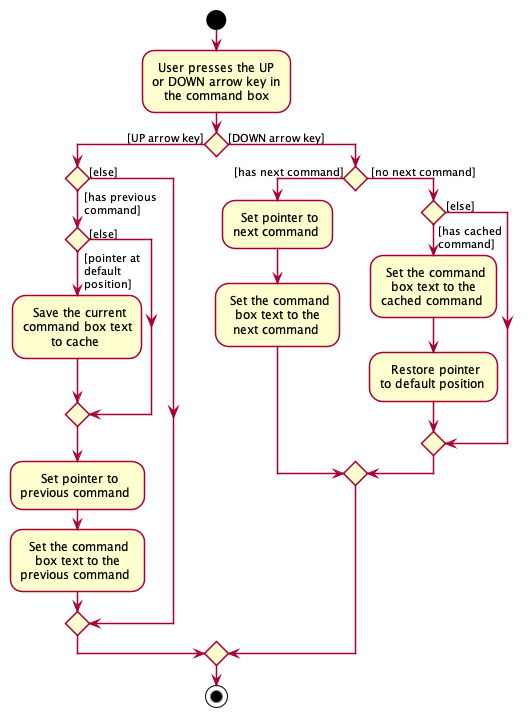
This is docs/images/CommandRecallActivityDiagram.png from ypinhsuan/tp, a PlantUML export, as it was before one commit.
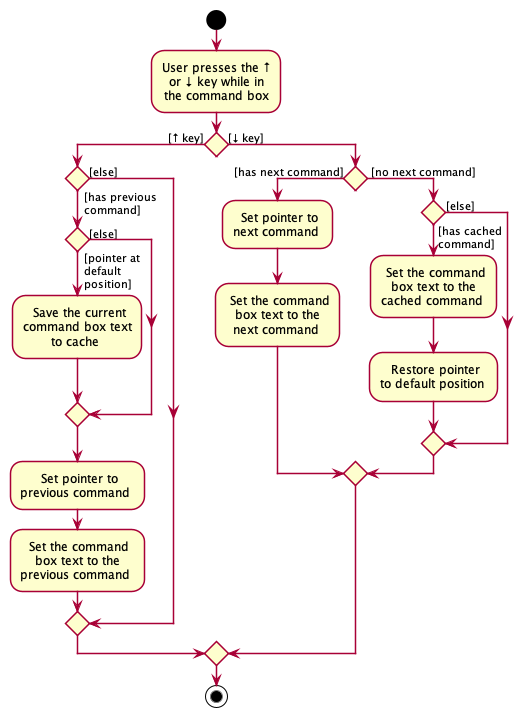
Later version of the same file.

What changed in the source:
```diff
@@ -50,12 +50,12 @@
 
 start
 
-:User presses the UP
-or DOWN arrow key in
+:User presses the ↑
+or ↓ key while in
 the command box;
 
 
-if () then ([UP arrow key])
+if () then ([↑ key])
     if () then ( [has previous\n command]\n)
         if () then ( [pointer at\n default\n position]\n)
             : Save the current
@@ -70,7 +70,7 @@
         previous command ;
     else ([else])
     endif
-else ([DOWN arrow key])
+else ([↓ key])
     if () then ([has next command])
         : Set pointer to
         next command ;
```
